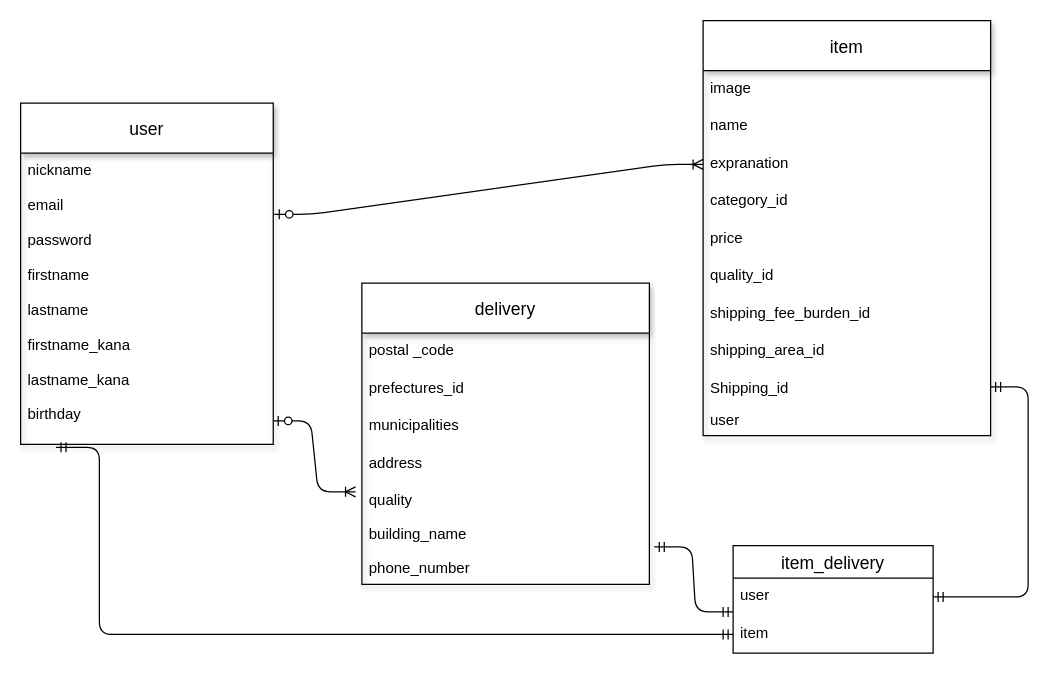
The draw.io diagram page "ページ1" (1 of 2) of hurimaEr.dio in banana38ruy/furima-32992, before the edit. Source tidied: cells renumbered, new cells numbered last; positions are measured from the earlier drawing's top-left corner, leaving out a move shared by most shapes. Both pictures are drawn from the tidied source at 125%, with x=0, y=0 at pixel (20, 20).
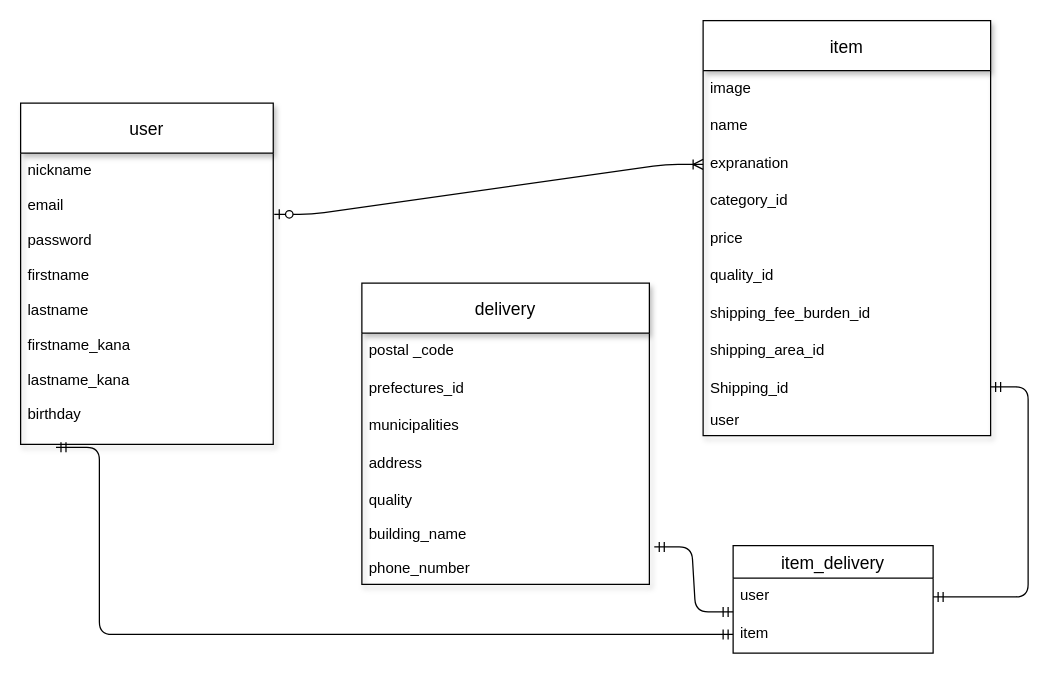
After the change.

The change refers to these unchanged cells:
```xml
<mxCell id="18" value="quality&#10;" style="text;strokeColor=none;fillColor=none;spacingLeft=4;spacingRight=4;overflow=hidden;points=[[0,0.5],[1,0.5]];portConstraint=eastwest;fontSize=12;" parent="13" vertex="1">
  <mxGeometry y="160" width="230" height="27" as="geometry" />
</mxCell>
<mxCell id="34" value="birthday" style="text;strokeColor=none;fillColor=none;spacingLeft=4;spacingRight=4;overflow=hidden;points=[[0,0.5],[1,0.5]];portConstraint=eastwest;fontSize=12;" parent="26" vertex="1">
  <mxGeometry y="235.6" width="202.1" height="37.3" as="geometry" />
</mxCell>
```

Diff of the diagram source:
```diff
@@
-    <mxCell id="21" style="edgeStyle=entityRelationEdgeStyle;fontSize=12;html=1;endArrow=ERoneToMany;startArrow=ERzeroToOne;entryX=-0.022;entryY=0.259;entryDx=0;entryDy=0;entryPerimeter=0;exitX=1;exitY=0.5;exitDx=0;exitDy=0;" parent="1" edge="1" source="34" target="18">
-      <mxGeometry relative="1" as="geometry" />
-    </mxCell>
```
